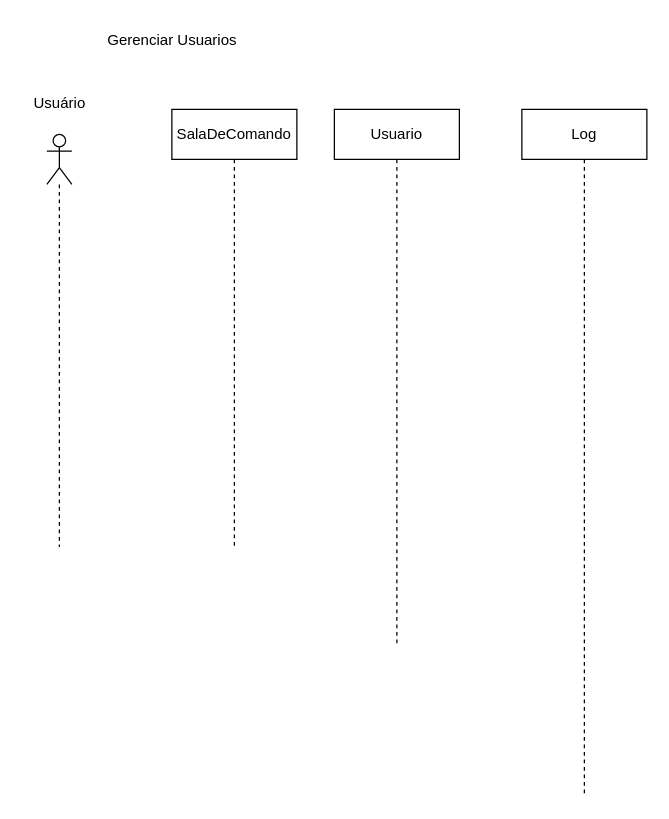
ProjetoModelagem/Modelagem-Projeto-2 keeps this draw.io diagram as page "Página-3" (4 of 9) of Diagrama sem nome.drawio. Above is the earlier version. Source tidied: cells renumbered, new cells numbered last; positions are measured from the earlier drawing's top-left corner, leaving out a move shared by most shapes. Both pictures are drawn from the tidied source at 125%, with x=0, y=0 at pixel (21, 21).
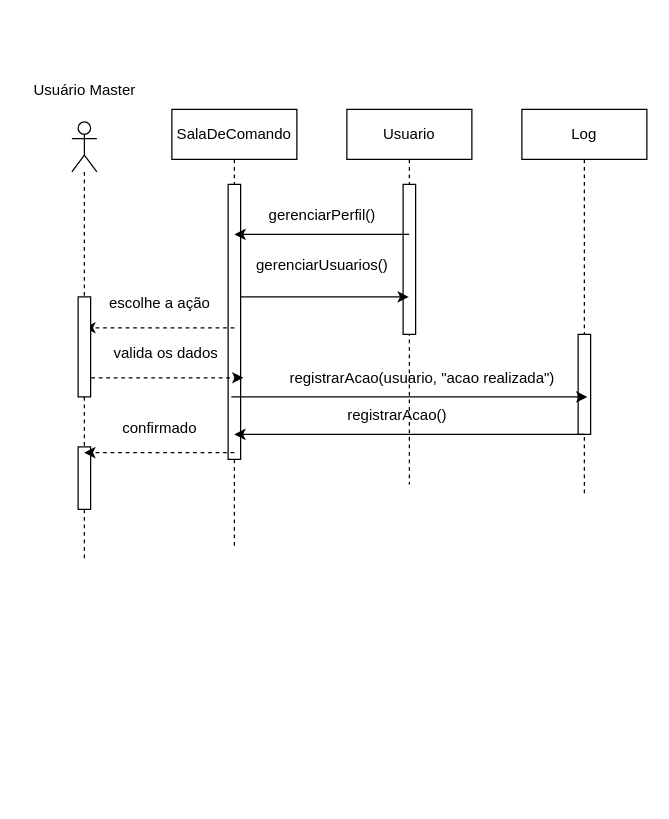
The same page after the edit.

Unchanged cells that the change refers to:
```xml
<mxCell id="6" value="SalaDeComando" style="shape=umlLifeline;perimeter=lifelinePerimeter;whiteSpace=wrap;html=1;newEdgeStyle={&quot;curved&quot;:0,&quot;rounded&quot;:0};" parent="1" vertex="1">
  <mxGeometry x="120" y="70" width="100" height="350" as="geometry" />
</mxCell>
```

Diff of the diagram source:
```diff
@@
-    <mxCell id="2" value="Gerenciar Usuarios" style="text;html=1;align=center;verticalAlign=middle;strokeColor=none;fillColor=none;" parent="1" vertex="1">
-      <mxGeometry x="55" width="130" height="30" as="geometry" />
-    </mxCell>
-    <mxCell id="3" style="shape=umlLifeline;perimeter=lifelinePerimeter;whiteSpace=wrap;html=1;newEdgeStyle={&quot;curved&quot;:0,&quot;rounded&quot;:0};participant=umlActor;" parent="1" vertex="1">
-      <mxGeometry x="20" y="90" width="20" height="330" as="geometry" />
-    </mxCell>
-    <mxCell id="4" value="Usuário" style="text;html=1;align=center;verticalAlign=middle;strokeColor=none;fillColor=none;" parent="1" vertex="1">
-      <mxGeometry y="50" width="60" height="30" as="geometry" />
-    </mxCell>
     <mxCell id="5" value="Usuario" style="shape=umlLifeline;perimeter=lifelinePerimeter;whiteSpace=wrap;html=1;newEdgeStyle={&quot;curved&quot;:0,&quot;rounded&quot;:0};" parent="1" vertex="1">
-      <mxGeometry x="250" y="70" width="100" height="430" as="geometry" />
+      <mxGeometry x="260" y="70" width="100" height="300" as="geometry" />
     </mxCell>
+    <mxCell id="8" style="html=1;perimeter=orthogonalPerimeter;targetShapes=umlLifeline;newEdgeStyle={&quot;curved&quot;:0,&quot;rounded&quot;:0};" parent="5" vertex="1">
+      <mxGeometry x="45" y="60" width="10" height="120" as="geometry" />
+    </mxCell>
@@
+    <mxCell id="9" style="html=1;perimeter=orthogonalPerimeter;targetShapes=umlLifeline;newEdgeStyle={&quot;curved&quot;:0,&quot;rounded&quot;:0};" parent="6" vertex="1">
+      <mxGeometry x="45" y="60" width="10" height="220" as="geometry" />
+    </mxCell>
     <mxCell id="7" value="Log" style="shape=umlLifeline;perimeter=lifelinePerimeter;whiteSpace=wrap;html=1;outlineConnect=0;portConstraint=eastwest;newEdgeStyle={&quot;curved&quot;:0,&quot;rounded&quot;:0};" parent="1" vertex="1">
-      <mxGeometry x="400" y="70" width="100" height="550" as="geometry" />
+      <mxGeometry x="400" y="70" width="100" height="310" as="geometry" />
     </mxCell>
+    <mxCell id="10" style="html=1;perimeter=orthogonalPerimeter;targetShapes=umlLifeline;newEdgeStyle={&quot;curved&quot;:0,&quot;rounded&quot;:0};" parent="7" vertex="1">
+      <mxGeometry x="45" y="180" width="10" height="80" as="geometry" />
+    </mxCell>
+    <mxCell id="11" style="endArrow=classic;html=1;rounded=0;" parent="1" edge="1">
+      <mxGeometry relative="1" as="geometry">
+        <mxPoint x="309.9" y="170" as="sourcePoint" />
+        <mxPoint x="170.1" y="170" as="targetPoint" />
+      </mxGeometry>
+    </mxCell>
+    <mxCell id="12" value="gerenciarPerfil()" style="text;html=1;align=center;verticalAlign=middle;strokeColor=none;fillColor=none;" parent="1" vertex="1">
+      <mxGeometry x="185" y="140" width="110" height="30" as="geometry" />
+    </mxCell>
+    <mxCell id="13" style="endArrow=classic;html=1;rounded=0;dashed=1;" parent="1" edge="1" source="17">
+      <mxGeometry relative="1" as="geometry">
+        <mxPoint x="177.2" y="284.7" as="targetPoint" />
+      </mxGeometry>
+    </mxCell>
+    <mxCell id="14" value="gerenciarUsuarios()" style="text;html=1;align=center;verticalAlign=middle;strokeColor=none;fillColor=none;" parent="1" vertex="1">
+      <mxGeometry x="175" y="180" width="130" height="30" as="geometry" />
+    </mxCell>
+    <mxCell id="15" style="endArrow=classic;html=1;rounded=0;dashed=1;exitX=0.5;exitY=0.591;exitDx=0;exitDy=0;exitPerimeter=0;" parent="1" edge="1">
+      <mxGeometry relative="1" as="geometry">
+        <mxPoint x="170" y="244.7" as="sourcePoint" />
+        <mxPoint x="50" y="244.7" as="targetPoint" />
+      </mxGeometry>
+    </mxCell>
+    <mxCell id="16" value="valida os dados" style="text;html=1;align=center;verticalAlign=middle;strokeColor=none;fillColor=none;" parent="1" vertex="1">
+      <mxGeometry x="60" y="250" width="110" height="30" as="geometry" />
+    </mxCell>
+    <mxCell id="17" style="shape=umlLifeline;perimeter=lifelinePerimeter;whiteSpace=wrap;html=1;outlineConnect=0;portConstraint=eastwest;newEdgeStyle={&quot;curved&quot;:0,&quot;rounded&quot;:0};participant=umlActor;" parent="1" vertex="1">
+      <mxGeometry x="40" y="80" width="20" height="350" as="geometry" />
+    </mxCell>
+    <mxCell id="18" style="html=1;perimeter=orthogonalPerimeter;targetShapes=umlLifeline;newEdgeStyle={&quot;curved&quot;:0,&quot;rounded&quot;:0};" parent="17" vertex="1">
+      <mxGeometry x="5" y="140" width="10" height="80" as="geometry" />
+    </mxCell>
+    <mxCell id="19" style="html=1;perimeter=orthogonalPerimeter;targetShapes=umlLifeline;newEdgeStyle={&quot;curved&quot;:0,&quot;rounded&quot;:0};" parent="17" vertex="1">
+      <mxGeometry x="5" y="260" width="10" height="50" as="geometry" />
+    </mxCell>
+    <mxCell id="20" value="Usuário Master" style="text;html=1;align=center;verticalAlign=middle;strokeColor=none;fillColor=none;" parent="1" vertex="1">
+      <mxGeometry y="40" width="100" height="30" as="geometry" />
+    </mxCell>
+    <mxCell id="21" value="escolhe a ação" style="text;html=1;align=center;verticalAlign=middle;strokeColor=none;fillColor=none;" parent="1" vertex="1">
+      <mxGeometry x="60" y="210" width="100" height="30" as="geometry" />
+    </mxCell>
+    <mxCell id="22" style="endArrow=classic;html=1;rounded=0;" parent="1" edge="1">
+      <mxGeometry relative="1" as="geometry">
+        <mxPoint x="175" y="220" as="sourcePoint" />
+        <mxPoint x="309.5" y="220" as="targetPoint" />
+      </mxGeometry>
+    </mxCell>
+    <mxCell id="23" style="endArrow=classic;html=1;rounded=0;" parent="1" edge="1">
+      <mxGeometry relative="1" as="geometry">
+        <mxPoint x="167.6" y="300" as="sourcePoint" />
+        <mxPoint x="452.4" y="300" as="targetPoint" />
+      </mxGeometry>
+    </mxCell>
+    <mxCell id="24" value="registrarAcao(usuario, &quot;acao realizada&quot;)" style="text;html=1;align=center;verticalAlign=middle;strokeColor=none;fillColor=none;" parent="1" vertex="1">
+      <mxGeometry x="200" y="270" width="240" height="30" as="geometry" />
+    </mxCell>
+    <mxCell id="25" style="endArrow=classic;html=1;rounded=0;" parent="1" edge="1" source="7">
+      <mxGeometry relative="1" as="geometry">
+        <mxPoint x="170" y="330" as="targetPoint" />
+      </mxGeometry>
+    </mxCell>
+    <mxCell id="26" value="registrarAcao()" style="text;html=1;align=center;verticalAlign=middle;strokeColor=none;fillColor=none;" parent="1" vertex="1">
+      <mxGeometry x="250" y="300" width="100" height="30" as="geometry" />
+    </mxCell>
+    <mxCell id="27" style="endArrow=classic;html=1;rounded=0;dashed=1;exitX=0.5;exitY=0.591;exitDx=0;exitDy=0;exitPerimeter=0;" parent="1" edge="1">
+      <mxGeometry relative="1" as="geometry">
+        <mxPoint x="170" y="344.6" as="sourcePoint" />
+        <mxPoint x="49.9" y="344.6" as="targetPoint" />
+      </mxGeometry>
+    </mxCell>
+    <mxCell id="28" value="confirmado" style="text;html=1;align=center;verticalAlign=middle;strokeColor=none;fillColor=none;" parent="1" vertex="1">
+      <mxGeometry x="70" y="310" width="80" height="30" as="geometry" />
+    </mxCell>
```
